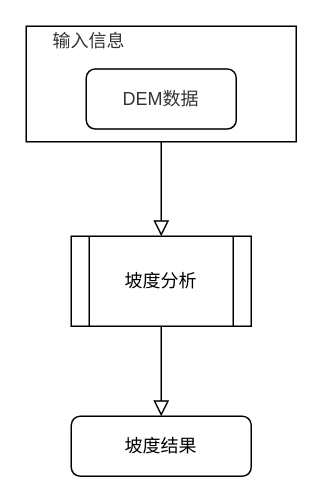
Before: 坡度坡向分析.drawio in ninexy/SpringcloudConfig-1, a draw.io diagram. Source tidied: cells renumbered, new cells numbered last; positions are measured from the earlier drawing's top-left corner, leaving out a move shared by most shapes. Both pictures are drawn from the tidied source at 150%, with x=0, y=0 at pixel (26, 26).
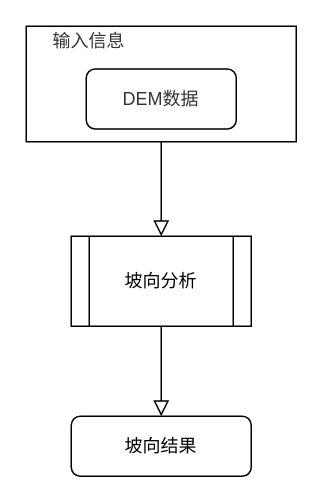
The same diagram, later.

Commit message:
Update 坡度坡向分析.drawio

What changed in the source:
```diff
@@
 <mxGraphModel>
   <root>
     <mxCell id="0" />
     <mxCell id="1" parent="0" />
     <mxCell id="2" style="edgeStyle=orthogonalEdgeStyle;rounded=0;jettySize=auto;html=1;exitX=0.5;exitY=1;exitDx=0;exitDy=0;shadow=0;labelBackgroundColor=none;endArrow=block;endFill=0;endSize=8;strokeWidth=1;" parent="1" edge="1" source="3" target="7">
       <mxGeometry relative="1" as="geometry" />
     </mxCell>
     <mxCell id="3" style="rounded=0;whiteSpace=wrap;html=1;fillColor=none;" parent="1" vertex="1">
       <mxGeometry width="180" height="77" as="geometry" />
     </mxCell>
     <mxCell id="4" value="DEM数据" style="rounded=1;whiteSpace=wrap;html=1;gradientColor=none;fontColor=#333333;" parent="1" vertex="1">
       <mxGeometry x="40" y="28.5" width="100" height="40" as="geometry" />
     </mxCell>
     <mxCell id="5" value="输入信息" style="text;html=1;strokeColor=none;fillColor=none;align=center;verticalAlign=middle;whiteSpace=wrap;rounded=0;fontColor=#333333;" parent="1" vertex="1">
       <mxGeometry width="84" height="20" as="geometry" />
     </mxCell>
     <mxCell id="6" style="edgeStyle=orthogonalEdgeStyle;rounded=0;jettySize=auto;html=1;shadow=0;labelBackgroundColor=none;endArrow=block;endFill=0;endSize=8;strokeWidth=1;" parent="1" edge="1" source="7" target="8">
       <mxGeometry relative="1" as="geometry" />
     </mxCell>
-    <mxCell id="7" value="坡度分析" style="shape=process;whiteSpace=wrap;html=1;backgroundOutline=1;" parent="1" vertex="1">
+    <mxCell id="7" value="坡向分析" style="shape=process;whiteSpace=wrap;html=1;backgroundOutline=1;" parent="1" vertex="1">
       <mxGeometry x="30" y="140" width="120" height="60" as="geometry" />
     </mxCell>
-    <mxCell id="8" value="坡度结果" style="rounded=1;whiteSpace=wrap;html=1;fontSize=12;glass=0;strokeWidth=1;shadow=0;" parent="1" vertex="1">
+    <mxCell id="8" value="坡向结果" style="rounded=1;whiteSpace=wrap;html=1;fontSize=12;glass=0;strokeWidth=1;shadow=0;" parent="1" vertex="1">
       <mxGeometry x="30" y="260" width="120" height="40" as="geometry" />
     </mxCell>
   </root>
 </mxGraphModel>
```
